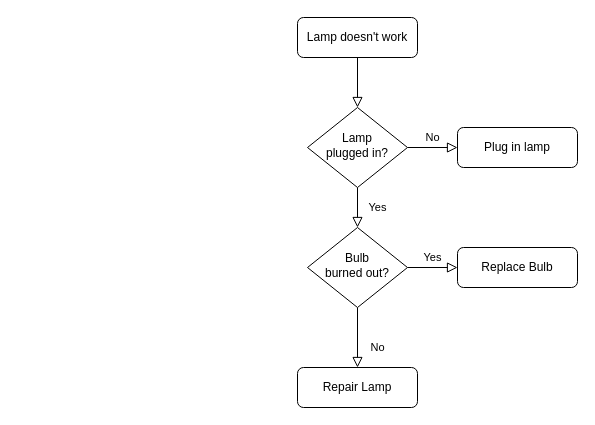
The draw.io diagram 未命名绘图.drawio in lsdt45/PythonProject, before the edit. Source tidied: cells renumbered, new cells numbered last; positions are measured from the earlier drawing's top-left corner, leaving out a move shared by most shapes. Both pictures are drawn from the tidied source at 100%, with x=0, y=0 at pixel (297, 17).
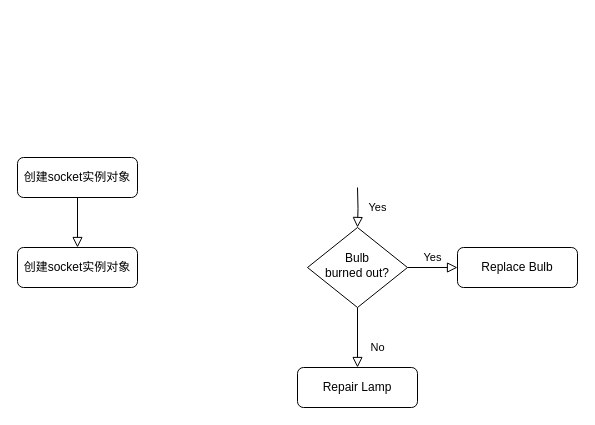
The same diagram, later.

Commit message:
多进程echo网络编程.drawio

What changed in the source:
```diff
@@
 <mxGraphModel>
   <root>
     <mxCell id="0" />
     <mxCell id="1" parent="0" />
-    <mxCell id="2" style="rounded=0;html=1;jettySize=auto;fontSize=11;endArrow=block;endFill=0;endSize=8;strokeWidth=1;shadow=0;labelBackgroundColor=none;edgeStyle=orthogonalEdgeStyle;" parent="1" edge="1" source="3" target="6">
+    <mxCell id="2" style="rounded=0;html=1;jettySize=auto;fontSize=11;endArrow=block;endFill=0;endSize=8;strokeWidth=1;shadow=0;labelBackgroundColor=none;edgeStyle=orthogonalEdgeStyle;entryX=0.5;entryY=0;entryDx=0;entryDy=0;" parent="1" edge="1" source="3" target="13">
       <mxGeometry relative="1" as="geometry" />
     </mxCell>
-    <mxCell id="3" value="Lamp doesn't work" style="rounded=1;whiteSpace=wrap;html=1;fontSize=12;glass=0;strokeWidth=1;shadow=0;" parent="1" vertex="1">
-      <mxGeometry width="120" height="40" as="geometry" />
+    <mxCell id="3" value="创建socket实例对象" style="rounded=1;whiteSpace=wrap;html=1;fontSize=12;glass=0;strokeWidth=1;shadow=0;" parent="1" vertex="1">
+      <mxGeometry x="-280" y="140" width="120" height="40" as="geometry" />
     </mxCell>
-    <mxCell id="4" value="Yes" style="rounded=0;html=1;jettySize=auto;fontSize=11;endArrow=block;endFill=0;endSize=8;strokeWidth=1;shadow=0;labelBackgroundColor=none;edgeStyle=orthogonalEdgeStyle;" parent="1" edge="1" source="6" target="10">
-      <mxGeometry y="20" relative="1" as="geometry" />
+    <mxCell id="4" value="Yes" style="rounded=0;html=1;jettySize=auto;fontSize=11;endArrow=block;endFill=0;endSize=8;strokeWidth=1;shadow=0;labelBackgroundColor=none;edgeStyle=orthogonalEdgeStyle;" parent="1" edge="1" target="10">
+      <mxGeometry y="20" relative="1" as="geometry">
+        <mxPoint x="60" y="170" as="sourcePoint" />
+      </mxGeometry>
     </mxCell>
-    <mxCell id="5" value="No" style="edgeStyle=orthogonalEdgeStyle;rounded=0;html=1;jettySize=auto;fontSize=11;endArrow=block;endFill=0;endSize=8;strokeWidth=1;shadow=0;labelBackgroundColor=none;" parent="1" edge="1" source="6" target="7">
-      <mxGeometry y="10" relative="1" as="geometry" />
-    </mxCell>
-    <mxCell id="6" value="Lamp&lt;br&gt;plugged in?" style="rhombus;whiteSpace=wrap;html=1;shadow=0;fontFamily=Helvetica;fontSize=12;align=center;strokeWidth=1;spacing=6;spacingTop=-4;" parent="1" vertex="1">
-      <mxGeometry x="10" y="90" width="100" height="80" as="geometry" />
-    </mxCell>
-    <mxCell id="7" value="Plug in lamp" style="rounded=1;whiteSpace=wrap;html=1;fontSize=12;glass=0;strokeWidth=1;shadow=0;" parent="1" vertex="1">
-      <mxGeometry x="160" y="110" width="120" height="40" as="geometry" />
-    </mxCell>
     <mxCell id="8" value="No" style="rounded=0;html=1;jettySize=auto;fontSize=11;endArrow=block;endFill=0;endSize=8;strokeWidth=1;shadow=0;labelBackgroundColor=none;edgeStyle=orthogonalEdgeStyle;" parent="1" edge="1" source="10" target="11">
       <mxGeometry x="0.33" y="20" relative="1" as="geometry" />
     </mxCell>
     <mxCell id="9" value="Yes" style="edgeStyle=orthogonalEdgeStyle;rounded=0;html=1;jettySize=auto;fontSize=11;endArrow=block;endFill=0;endSize=8;strokeWidth=1;shadow=0;labelBackgroundColor=none;" parent="1" edge="1" source="10" target="12">
       <mxGeometry y="10" relative="1" as="geometry" />
     </mxCell>
     <mxCell id="10" value="Bulb&lt;br&gt;burned out?" style="rhombus;whiteSpace=wrap;html=1;shadow=0;fontFamily=Helvetica;fontSize=12;align=center;strokeWidth=1;spacing=6;spacingTop=-4;" parent="1" vertex="1">
       <mxGeometry x="10" y="210" width="100" height="80" as="geometry" />
     </mxCell>
     <mxCell id="11" value="Repair Lamp" style="rounded=1;whiteSpace=wrap;html=1;fontSize=12;glass=0;strokeWidth=1;shadow=0;" parent="1" vertex="1">
       <mxGeometry y="350" width="120" height="40" as="geometry" />
     </mxCell>
     <mxCell id="12" value="Replace Bulb" style="rounded=1;whiteSpace=wrap;html=1;fontSize=12;glass=0;strokeWidth=1;shadow=0;" parent="1" vertex="1">
       <mxGeometry x="160" y="230" width="120" height="40" as="geometry" />
     </mxCell>
+    <mxCell id="13" value="创建socket实例对象" style="rounded=1;whiteSpace=wrap;html=1;fontSize=12;glass=0;strokeWidth=1;shadow=0;" parent="1" vertex="1">
+      <mxGeometry x="-280" y="230" width="120" height="40" as="geometry" />
+    </mxCell>
   </root>
 </mxGraphModel>
```
